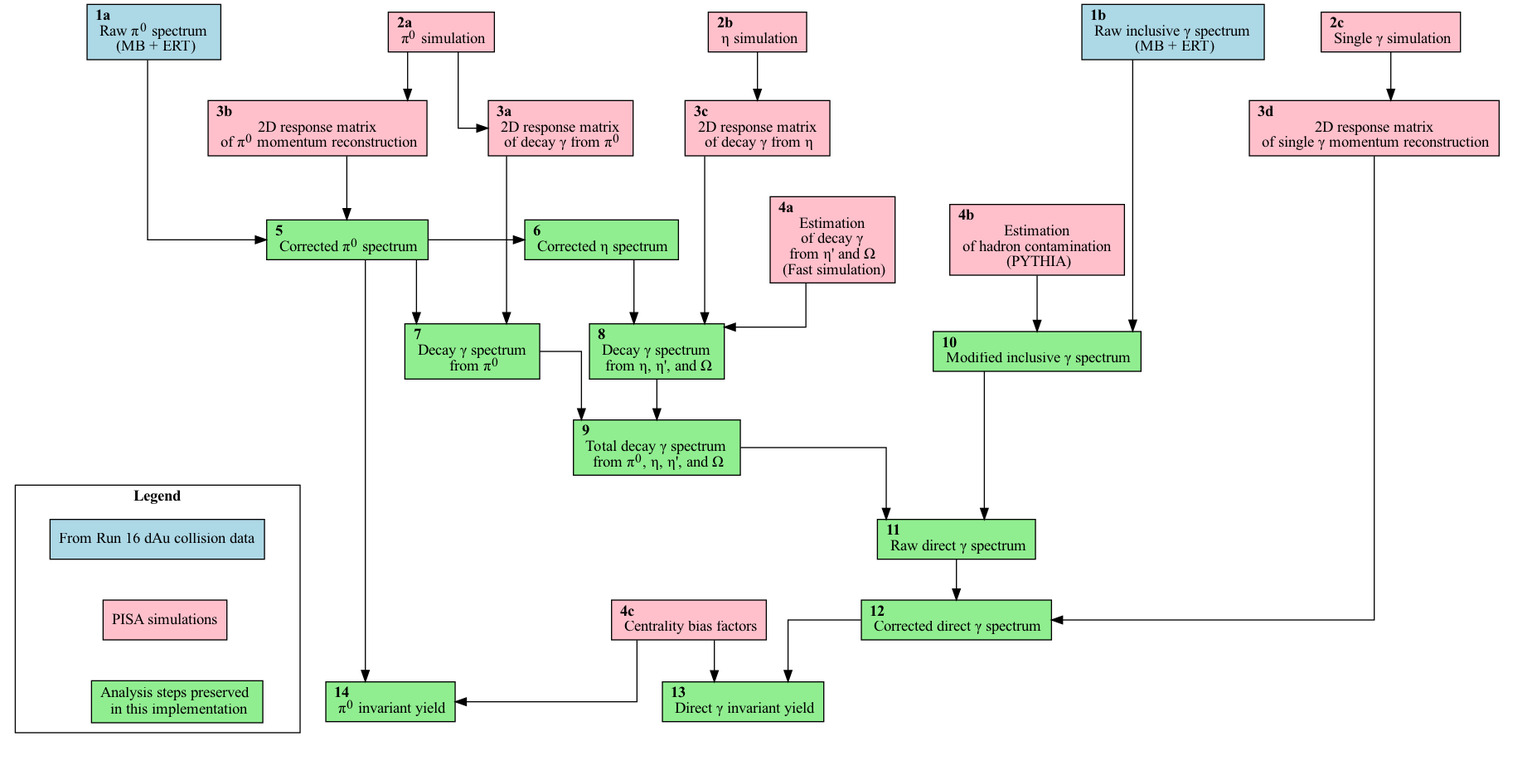
Above: images/analysis/pi0analysis_general.png in PhenixCollaboration/web (Graphviz), before the change. Its source is kept beside it as images/analysis/pi0analysis_general.dot.
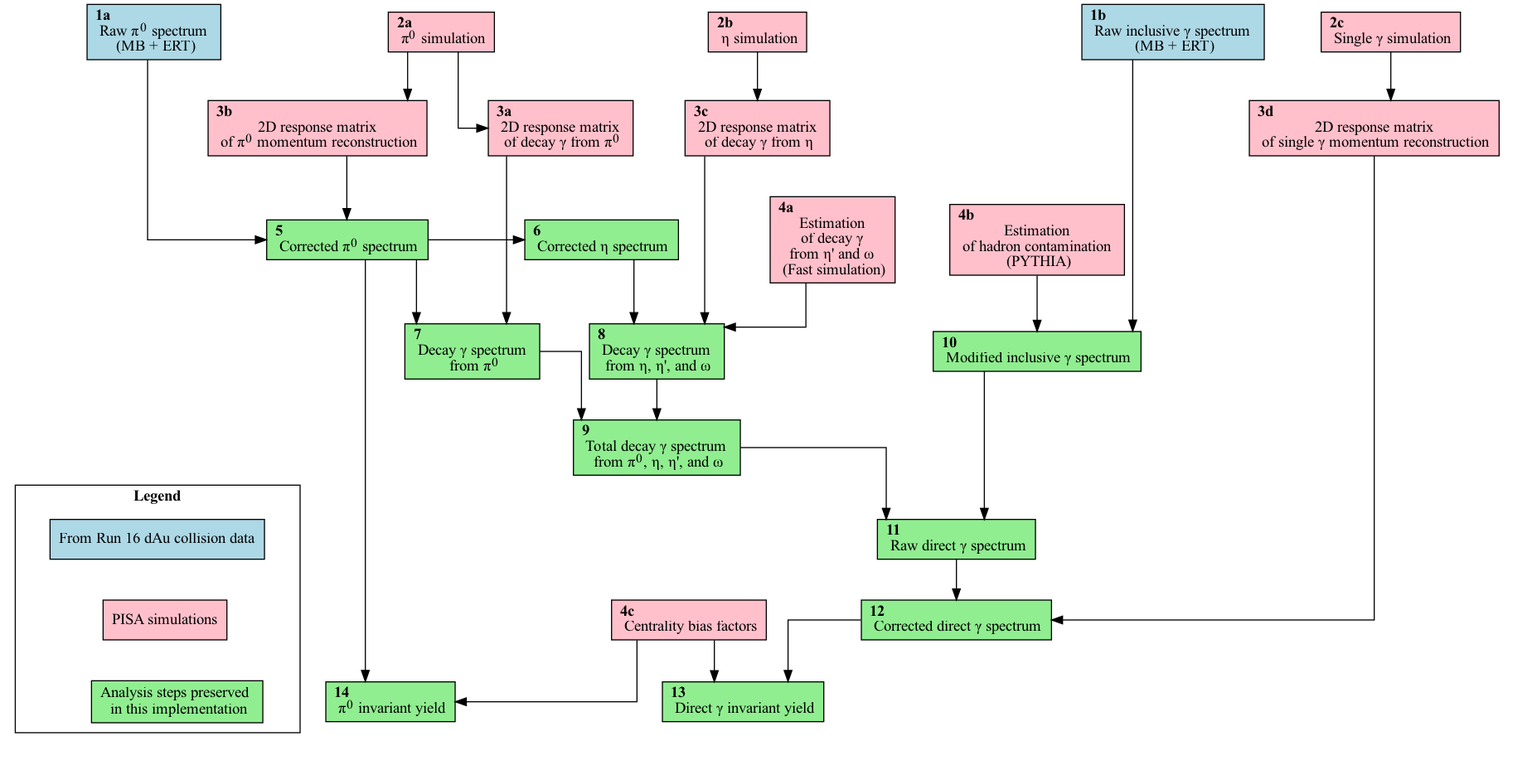
Later version of the same file.

Commit message:
use lower case omega for omega meson

Diff of the diagram source:
```diff
@@ -15,15 +15,15 @@
     block_03c   [label=<<b>3c</b> <br align="left"/> 2D response matrix <br/> of decay &gamma; from &eta;>, fillcolor="pink"]
     block_03d   [label=<<b>3d</b> <br align="left"/> 2D response matrix <br/> of single &gamma; momentum reconstruction>, fillcolor="pink"]
 
-    block_04a   [label=<<b>4a</b> <br align="left"/> Estimation <br/> of decay &gamma; <br/> from &eta;' and &Omega; <br/> (Fast simulation)>, fillcolor="pink"]
+    block_04a   [label=<<b>4a</b> <br align="left"/> Estimation <br/> of decay &gamma; <br/> from &eta;' and &omega; <br/> (Fast simulation)>, fillcolor="pink"]
     block_04b   [label=<<b>4b</b> <br align="left"/> Estimation <br/> of hadron contamination <br/> (PYTHIA)>, fillcolor="pink"]
     block_04c   [label=<<b>4c</b> <br align="left"/> Centrality bias factors>, fillcolor="pink"]
 
     block_05    [label=<<b>5</b> <br align="left"/> Corrected &pi;<sup>0</sup> spectrum>, fillcolor="lightgreen"]
     block_06    [label=<<b>6</b> <br align="left"/> Corrected &eta; spectrum>, fillcolor="lightgreen"]
     block_07    [label=<<b>7</b> <br align="left"/> Decay &gamma; spectrum <br/> from &pi;<sup>0</sup>>, fillcolor="lightgreen"]
-    block_08    [label=<<b>8</b> <br align="left"/> Decay &gamma; spectrum <br/> from &eta;, &eta;', and &Omega;>, fillcolor="lightgreen"]
-    block_09    [label=<<b>9</b> <br align="left"/> Total decay &gamma; spectrum <br/> from &pi;<sup>0</sup>, &eta;, &eta;', and &Omega;>, fillcolor="lightgreen"]
+    block_08    [label=<<b>8</b> <br align="left"/> Decay &gamma; spectrum <br/> from &eta;, &eta;', and &omega;>, fillcolor="lightgreen"]
+    block_09    [label=<<b>9</b> <br align="left"/> Total decay &gamma; spectrum <br/> from &pi;<sup>0</sup>, &eta;, &eta;', and &omega;>, fillcolor="lightgreen"]
     block_10    [label=<<b>10</b> <br align="left"/> Modified inclusive &gamma; spectrum>, fillcolor="lightgreen"]
     block_11    [label=<<b>11</b> <br align="left"/> Raw direct &gamma; spectrum>, fillcolor="lightgreen"]
     block_12    [label=<<b>12</b> <br align="left"/> Corrected direct &gamma; spectrum>, fillcolor="lightgreen"]
```
